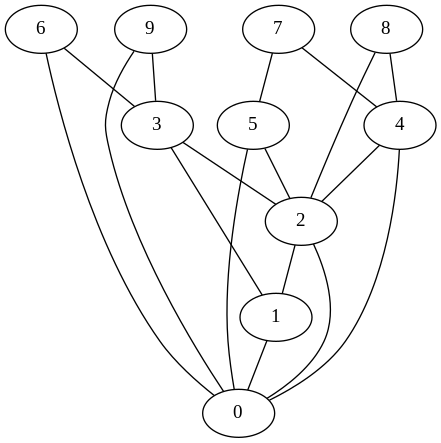
Earlier version of the Graphviz export network.png (abdulsittar/LSS). Its source is kept beside it as network.dot. The source it was exported from:
```dot
graph G {
  "1" -- "0";
  "2" -- "0";
  "2" -- "1";
  "3" -- "2";
  "3" -- "1";
  "4" -- "0";
  "4" -- "2";
  "5" -- "2";
  "5" -- "0";
  "6" -- "3";
  "6" -- "0";
  "7" -- "4";
  "7" -- "5";
  "8" -- "2";
  "8" -- "4";
  "9" -- "3";
  "9" -- "0";
}
```
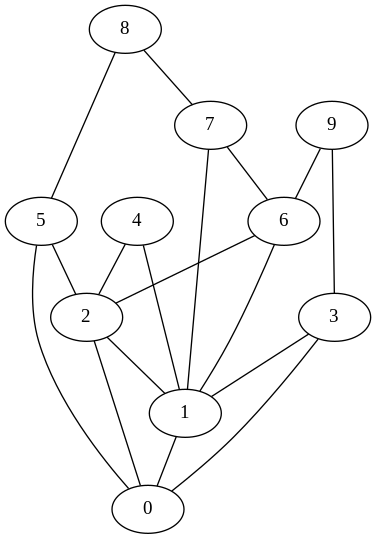
The same file after the commit.

What changed in the source:
```diff
@@ -1,19 +1,19 @@
 graph G {
   "1" -- "0";
+  "2" -- "1";
   "2" -- "0";
-  "2" -- "1";
-  "3" -- "2";
   "3" -- "1";
-  "4" -- "0";
+  "3" -- "0";
+  "4" -- "1";
   "4" -- "2";
   "5" -- "2";
   "5" -- "0";
-  "6" -- "3";
-  "6" -- "0";
-  "7" -- "4";
-  "7" -- "5";
-  "8" -- "2";
-  "8" -- "4";
+  "6" -- "1";
+  "6" -- "2";
+  "7" -- "1";
+  "7" -- "6";
+  "8" -- "7";
+  "8" -- "5";
   "9" -- "3";
-  "9" -- "0";
+  "9" -- "6";
 }
```
